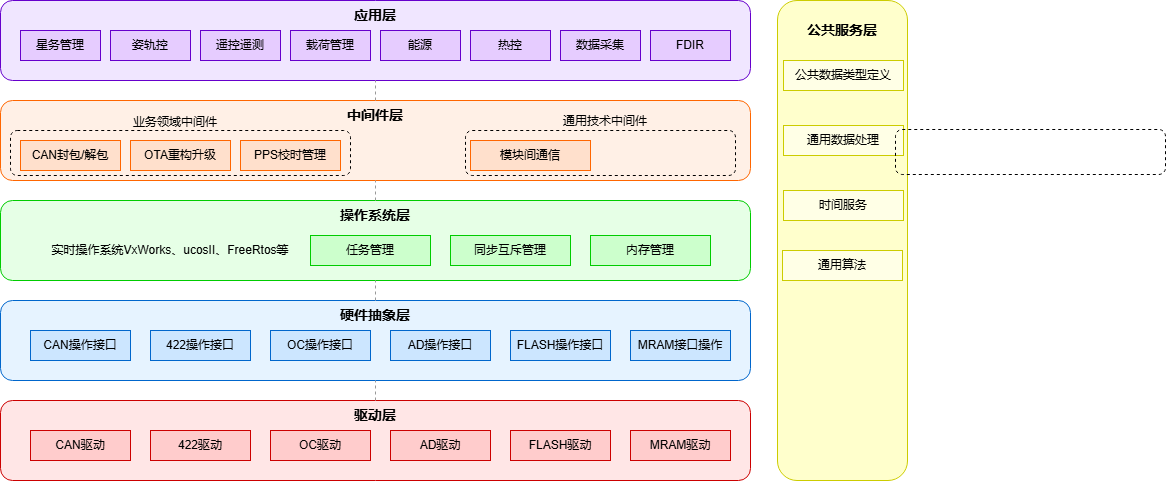
luoflyxidian/git_aaa keeps this draw.io diagram as 星务软件架构更新.drawio.png. Above is the earlier version. Source tidied: cells renumbered, new cells last; positions are measured from the earlier drawing's top-left corner, leaving out a move shared by most shapes. Its diagram source:
```xml
<mxGraphModel>
  <root>
    <mxCell id="0" />
    <mxCell id="1" parent="0" />
    <mxCell id="2" value="驱动层&lt;div&gt;&lt;br&gt;&lt;/div&gt;&lt;div&gt;&lt;br&gt;&lt;/div&gt;&lt;div&gt;&lt;br&gt;&lt;/div&gt;" style="rounded=1;whiteSpace=wrap;html=1;fillColor=#FFE6E6;strokeColor=#CC0000;fontSize=14;fontStyle=1;" parent="1" vertex="1">
      <mxGeometry y="400" width="750" height="80" as="geometry" />
    </mxCell>
    <mxCell id="3" value="CAN驱动" style="rounded=0;whiteSpace=wrap;html=1;fillColor=#FFCCCC;strokeColor=#CC0000;" parent="1" vertex="1">
      <mxGeometry x="30" y="430" width="100" height="30" as="geometry" />
    </mxCell>
    <mxCell id="4" value="422驱动" style="rounded=0;whiteSpace=wrap;html=1;fillColor=#FFCCCC;strokeColor=#CC0000;" parent="1" vertex="1">
      <mxGeometry x="150" y="430" width="100" height="30" as="geometry" />
    </mxCell>
    <mxCell id="5" value="OC驱动" style="rounded=0;whiteSpace=wrap;html=1;fillColor=#FFCCCC;strokeColor=#CC0000;" parent="1" vertex="1">
      <mxGeometry x="270" y="430" width="100" height="30" as="geometry" />
    </mxCell>
    <mxCell id="6" value="AD驱动" style="rounded=0;whiteSpace=wrap;html=1;fillColor=#FFCCCC;strokeColor=#CC0000;" parent="1" vertex="1">
      <mxGeometry x="390" y="430" width="100" height="30" as="geometry" />
    </mxCell>
    <mxCell id="7" value="FLASH驱动" style="rounded=0;whiteSpace=wrap;html=1;fillColor=#FFCCCC;strokeColor=#CC0000;" parent="1" vertex="1">
      <mxGeometry x="510" y="430" width="100" height="30" as="geometry" />
    </mxCell>
    <mxCell id="8" value="硬件抽象层&lt;div&gt;&lt;br&gt;&lt;/div&gt;&lt;div&gt;&lt;br&gt;&lt;/div&gt;&lt;div&gt;&lt;br&gt;&lt;/div&gt;" style="rounded=1;whiteSpace=wrap;html=1;fillColor=#E6F3FF;strokeColor=#0066CC;fontSize=14;fontStyle=1;" parent="1" vertex="1">
      <mxGeometry y="300" width="750" height="80" as="geometry" />
    </mxCell>
    <mxCell id="9" value="CAN操作接口" style="rounded=0;whiteSpace=wrap;html=1;fillColor=#CCE6FF;strokeColor=#0066CC;" parent="1" vertex="1">
      <mxGeometry x="30" y="330" width="100" height="30" as="geometry" />
    </mxCell>
    <mxCell id="10" value="422操作接口" style="rounded=0;whiteSpace=wrap;html=1;fillColor=#CCE6FF;strokeColor=#0066CC;" parent="1" vertex="1">
      <mxGeometry x="150" y="330" width="100" height="30" as="geometry" />
    </mxCell>
    <mxCell id="11" value="OC操作接口" style="rounded=0;whiteSpace=wrap;html=1;fillColor=#CCE6FF;strokeColor=#0066CC;" parent="1" vertex="1">
      <mxGeometry x="270" y="330" width="100" height="30" as="geometry" />
    </mxCell>
    <mxCell id="12" value="AD操作接口" style="rounded=0;whiteSpace=wrap;html=1;fillColor=#CCE6FF;strokeColor=#0066CC;" parent="1" vertex="1">
      <mxGeometry x="390" y="330" width="100" height="30" as="geometry" />
    </mxCell>
    <mxCell id="13" value="FLASH操作接口" style="rounded=0;whiteSpace=wrap;html=1;fillColor=#CCE6FF;strokeColor=#0066CC;" parent="1" vertex="1">
      <mxGeometry x="510" y="330" width="100" height="30" as="geometry" />
    </mxCell>
    <mxCell id="14" value="操作系统层&lt;div&gt;&lt;br&gt;&lt;/div&gt;&lt;div&gt;&lt;br&gt;&lt;/div&gt;&lt;div&gt;&lt;br&gt;&lt;/div&gt;" style="rounded=1;whiteSpace=wrap;html=1;fillColor=#E6FFE6;strokeColor=#00CC00;fontSize=14;fontStyle=1;" parent="1" vertex="1">
      <mxGeometry y="200" width="750" height="80" as="geometry" />
    </mxCell>
    <mxCell id="15" value="任务管理" style="rounded=0;whiteSpace=wrap;html=1;fillColor=#CCFFCC;strokeColor=#00CC00;" parent="1" vertex="1">
      <mxGeometry x="310" y="235" width="120" height="30" as="geometry" />
    </mxCell>
    <mxCell id="16" value="同步互斥管理" style="rounded=0;whiteSpace=wrap;html=1;fillColor=#CCFFCC;strokeColor=#00CC00;" parent="1" vertex="1">
      <mxGeometry x="450" y="235" width="120" height="30" as="geometry" />
    </mxCell>
    <mxCell id="17" value="内存管理" style="rounded=0;whiteSpace=wrap;html=1;fillColor=#CCFFCC;strokeColor=#00CC00;" parent="1" vertex="1">
      <mxGeometry x="590" y="235" width="120" height="30" as="geometry" />
    </mxCell>
    <mxCell id="18" value="中间件层&lt;div&gt;&lt;br&gt;&lt;/div&gt;&lt;div&gt;&lt;br&gt;&lt;/div&gt;&lt;div&gt;&lt;br&gt;&lt;/div&gt;" style="rounded=1;whiteSpace=wrap;html=1;fillColor=#FFF0E6;strokeColor=#FF6600;fontSize=14;fontStyle=1;" parent="1" vertex="1">
      <mxGeometry y="100" width="750" height="80" as="geometry" />
    </mxCell>
    <mxCell id="19" value="CAN封包/解包" style="rounded=0;whiteSpace=wrap;html=1;fillColor=#FFE0CC;strokeColor=#FF6600;" parent="1" vertex="1">
      <mxGeometry x="20" y="140" width="100" height="30" as="geometry" />
    </mxCell>
    <mxCell id="20" value="OTA重构升级" style="rounded=0;whiteSpace=wrap;html=1;fillColor=#FFE0CC;strokeColor=#FF6600;" parent="1" vertex="1">
      <mxGeometry x="130" y="140" width="100" height="30" as="geometry" />
    </mxCell>
    <mxCell id="21" value="模块间通信" style="rounded=0;whiteSpace=wrap;html=1;fillColor=#FFE0CC;strokeColor=#FF6600;" parent="1" vertex="1">
      <mxGeometry x="470" y="140" width="120" height="30" as="geometry" />
    </mxCell>
    <mxCell id="22" value="应用层&lt;div&gt;&lt;br&gt;&lt;/div&gt;&lt;div&gt;&lt;br&gt;&lt;/div&gt;&lt;div&gt;&lt;br&gt;&lt;/div&gt;" style="rounded=1;whiteSpace=wrap;html=1;fillColor=#F0E6FF;strokeColor=#6600CC;fontSize=14;fontStyle=1;" parent="1" vertex="1">
      <mxGeometry width="750" height="80" as="geometry" />
    </mxCell>
    <mxCell id="23" value="星务管理" style="rounded=0;whiteSpace=wrap;html=1;fillColor=#E6CCFF;strokeColor=#6600CC;" parent="1" vertex="1">
      <mxGeometry x="20" y="30" width="80" height="30" as="geometry" />
    </mxCell>
    <mxCell id="24" value="姿轨控" style="rounded=0;whiteSpace=wrap;html=1;fillColor=#E6CCFF;strokeColor=#6600CC;" parent="1" vertex="1">
      <mxGeometry x="110" y="30" width="80" height="30" as="geometry" />
    </mxCell>
    <mxCell id="25" value="遥控遥测" style="rounded=0;whiteSpace=wrap;html=1;fillColor=#E6CCFF;strokeColor=#6600CC;" parent="1" vertex="1">
      <mxGeometry x="200" y="30" width="80" height="30" as="geometry" />
    </mxCell>
    <mxCell id="26" value="载荷管理" style="rounded=0;whiteSpace=wrap;html=1;fillColor=#E6CCFF;strokeColor=#6600CC;" parent="1" vertex="1">
      <mxGeometry x="290" y="30" width="80" height="30" as="geometry" />
    </mxCell>
    <mxCell id="27" value="能源" style="rounded=0;whiteSpace=wrap;html=1;fillColor=#E6CCFF;strokeColor=#6600CC;" parent="1" vertex="1">
      <mxGeometry x="380" y="30" width="80" height="30" as="geometry" />
    </mxCell>
    <mxCell id="28" value="热控" style="rounded=0;whiteSpace=wrap;html=1;fillColor=#E6CCFF;strokeColor=#6600CC;" parent="1" vertex="1">
      <mxGeometry x="470" y="30" width="80" height="30" as="geometry" />
    </mxCell>
    <mxCell id="29" value="数据采集" style="rounded=0;whiteSpace=wrap;html=1;fillColor=#E6CCFF;strokeColor=#6600CC;" parent="1" vertex="1">
      <mxGeometry x="560" y="30" width="80" height="30" as="geometry" />
    </mxCell>
    <mxCell id="30" value="FDIR" style="rounded=0;whiteSpace=wrap;html=1;fillColor=#E6CCFF;strokeColor=#6600CC;" parent="1" vertex="1">
      <mxGeometry x="650" y="30" width="80" height="30" as="geometry" />
    </mxCell>
    <mxCell id="31" value="公共服务层&lt;div&gt;&lt;br&gt;&lt;/div&gt;&lt;div&gt;&lt;br&gt;&lt;/div&gt;&lt;div&gt;&lt;br&gt;&lt;/div&gt;&lt;div&gt;&lt;br&gt;&lt;/div&gt;&lt;div&gt;&lt;br&gt;&lt;/div&gt;&lt;div&gt;&lt;br&gt;&lt;/div&gt;&lt;div&gt;&lt;br&gt;&lt;/div&gt;&lt;div&gt;&lt;br&gt;&lt;/div&gt;&lt;div&gt;&lt;br&gt;&lt;/div&gt;&lt;div&gt;&lt;br&gt;&lt;/div&gt;&lt;div&gt;&lt;br&gt;&lt;/div&gt;&lt;div&gt;&lt;br&gt;&lt;/div&gt;&lt;div&gt;&lt;br&gt;&lt;/div&gt;&lt;div&gt;&lt;br&gt;&lt;/div&gt;&lt;div&gt;&lt;br&gt;&lt;/div&gt;&lt;div&gt;&lt;br&gt;&lt;/div&gt;&lt;div&gt;&lt;br&gt;&lt;/div&gt;&lt;div&gt;&lt;br&gt;&lt;/div&gt;&lt;div&gt;&lt;br&gt;&lt;/div&gt;&lt;div&gt;&lt;br&gt;&lt;/div&gt;&lt;div&gt;&lt;br&gt;&lt;/div&gt;&lt;div&gt;&lt;br&gt;&lt;/div&gt;&lt;div&gt;&lt;br&gt;&lt;/div&gt;&lt;div&gt;&lt;br&gt;&lt;/div&gt;&lt;div&gt;&lt;br&gt;&lt;/div&gt;" style="rounded=1;whiteSpace=wrap;html=1;fillColor=#FFFFCC;strokeColor=#CCCC00;fontSize=14;fontStyle=1;" parent="1" vertex="1">
      <mxGeometry x="777" width="130" height="480" as="geometry" />
    </mxCell>
    <mxCell id="32" value="通用数据处理" style="rounded=0;whiteSpace=wrap;html=1;fillColor=#FFFFE6;strokeColor=#CCCC00;" parent="1" vertex="1">
      <mxGeometry x="783" y="125" width="120" height="30" as="geometry" />
    </mxCell>
    <mxCell id="33" style="endArrow=none;html=1;dashed=1;strokeColor=#999999;" parent="1" edge="1" source="2" target="8">
      <mxGeometry relative="1" as="geometry" />
    </mxCell>
    <mxCell id="34" style="endArrow=none;html=1;dashed=1;strokeColor=#999999;" parent="1" edge="1" source="8" target="14">
      <mxGeometry relative="1" as="geometry" />
    </mxCell>
    <mxCell id="35" style="endArrow=none;html=1;dashed=1;strokeColor=#999999;" parent="1" edge="1" source="14" target="18">
      <mxGeometry relative="1" as="geometry" />
    </mxCell>
    <mxCell id="36" style="endArrow=none;html=1;dashed=1;strokeColor=#999999;" parent="1" edge="1" source="18" target="22">
      <mxGeometry relative="1" as="geometry" />
    </mxCell>
    <mxCell id="37" value="公共数据类型定义" style="rounded=0;whiteSpace=wrap;html=1;fillColor=#FFFFE6;strokeColor=#CCCC00;" parent="1" vertex="1">
      <mxGeometry x="783" y="60" width="120" height="30" as="geometry" />
    </mxCell>
    <mxCell id="38" value="时间服务" style="rounded=0;whiteSpace=wrap;html=1;fillColor=#FFFFE6;strokeColor=#CCCC00;" parent="1" vertex="1">
      <mxGeometry x="783" y="190" width="120" height="30" as="geometry" />
    </mxCell>
    <mxCell id="39" value="通用算法" style="rounded=0;whiteSpace=wrap;html=1;fillColor=#FFFFE6;strokeColor=#CCCC00;" parent="1" vertex="1">
      <mxGeometry x="782" y="250" width="120" height="30" as="geometry" />
    </mxCell>
    <mxCell id="40" value="MRAM接口操作" style="rounded=0;whiteSpace=wrap;html=1;fillColor=#CCE6FF;strokeColor=#0066CC;" parent="1" vertex="1">
      <mxGeometry x="630" y="330" width="100" height="30" as="geometry" />
    </mxCell>
    <mxCell id="41" value="MRAM驱动" style="rounded=0;whiteSpace=wrap;html=1;fillColor=#FFCCCC;strokeColor=#CC0000;" parent="1" vertex="1">
      <mxGeometry x="630" y="430" width="100" height="30" as="geometry" />
    </mxCell>
    <mxCell id="42" style="rounded=1;whiteSpace=wrap;html=1;dashed=1;fillColor=none;" parent="1" vertex="1">
      <mxGeometry x="10" y="130" width="340" height="45" as="geometry" />
    </mxCell>
    <mxCell id="43" value="实时操作系统VxWorks、ucosII、FreeRtos等" style="text;html=1;whiteSpace=wrap;strokeColor=none;fillColor=none;align=center;verticalAlign=middle;rounded=0;" parent="1" vertex="1">
      <mxGeometry x="50" y="235" width="240" height="30" as="geometry" />
    </mxCell>
    <mxCell id="44" value="PPS校时管理" style="rounded=0;whiteSpace=wrap;html=1;fillColor=#FFE0CC;strokeColor=#FF6600;" parent="1" vertex="1">
      <mxGeometry x="240" y="140" width="100" height="30" as="geometry" />
    </mxCell>
    <mxCell id="45" value="业务领域中间件" style="text;html=1;whiteSpace=wrap;strokeColor=none;fillColor=none;align=center;verticalAlign=middle;rounded=0;" parent="1" vertex="1">
      <mxGeometry x="130" y="107" width="90" height="30" as="geometry" />
    </mxCell>
    <mxCell id="46" style="rounded=1;whiteSpace=wrap;html=1;dashed=1;fillColor=none;" parent="1" vertex="1">
      <mxGeometry x="465" y="130" width="270" height="45" as="geometry" />
    </mxCell>
    <mxCell id="47" style="rounded=1;whiteSpace=wrap;html=1;dashed=1;fillColor=none;" parent="1" vertex="1">
      <mxGeometry x="895" y="129" width="270" height="45" as="geometry" />
    </mxCell>
    <mxCell id="48" value="通用技术中间件" style="text;html=1;whiteSpace=wrap;strokeColor=none;fillColor=none;align=center;verticalAlign=middle;rounded=0;" parent="1" vertex="1">
      <mxGeometry x="560" y="106" width="90" height="30" as="geometry" />
    </mxCell>
  </root>
</mxGraphModel>
```
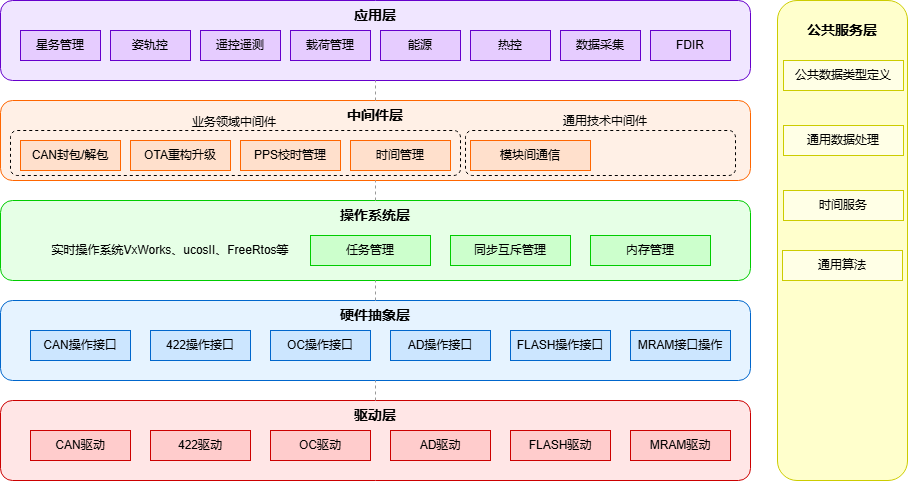
Above is the later version.

Commit message:
更新星务软件架构更新.drawio.png

Diff of the diagram source:
```diff
@@ -123,7 +123,7 @@
       <mxGeometry x="630" y="430" width="100" height="30" as="geometry" />
     </mxCell>
     <mxCell id="42" style="rounded=1;whiteSpace=wrap;html=1;dashed=1;fillColor=none;" parent="1" vertex="1">
-      <mxGeometry x="10" y="130" width="340" height="45" as="geometry" />
+      <mxGeometry x="10" y="130" width="450" height="45" as="geometry" />
     </mxCell>
     <mxCell id="43" value="实时操作系统VxWorks、ucosII、FreeRtos等" style="text;html=1;whiteSpace=wrap;strokeColor=none;fillColor=none;align=center;verticalAlign=middle;rounded=0;" parent="1" vertex="1">
       <mxGeometry x="50" y="235" width="240" height="30" as="geometry" />
@@ -132,16 +132,16 @@
       <mxGeometry x="240" y="140" width="100" height="30" as="geometry" />
     </mxCell>
     <mxCell id="45" value="业务领域中间件" style="text;html=1;whiteSpace=wrap;strokeColor=none;fillColor=none;align=center;verticalAlign=middle;rounded=0;" parent="1" vertex="1">
-      <mxGeometry x="130" y="107" width="90" height="30" as="geometry" />
+      <mxGeometry x="189" y="107" width="90" height="30" as="geometry" />
     </mxCell>
     <mxCell id="46" style="rounded=1;whiteSpace=wrap;html=1;dashed=1;fillColor=none;" parent="1" vertex="1">
       <mxGeometry x="465" y="130" width="270" height="45" as="geometry" />
     </mxCell>
-    <mxCell id="47" style="rounded=1;whiteSpace=wrap;html=1;dashed=1;fillColor=none;" parent="1" vertex="1">
-      <mxGeometry x="895" y="129" width="270" height="45" as="geometry" />
-    </mxCell>
     <mxCell id="48" value="通用技术中间件" style="text;html=1;whiteSpace=wrap;strokeColor=none;fillColor=none;align=center;verticalAlign=middle;rounded=0;" parent="1" vertex="1">
       <mxGeometry x="560" y="106" width="90" height="30" as="geometry" />
     </mxCell>
+    <mxCell id="49" value="时间管理" style="rounded=0;whiteSpace=wrap;html=1;fillColor=#FFE0CC;strokeColor=#FF6600;" parent="1" vertex="1">
+      <mxGeometry x="350" y="140" width="100" height="30" as="geometry" />
+    </mxCell>
   </root>
 </mxGraphModel>
```
